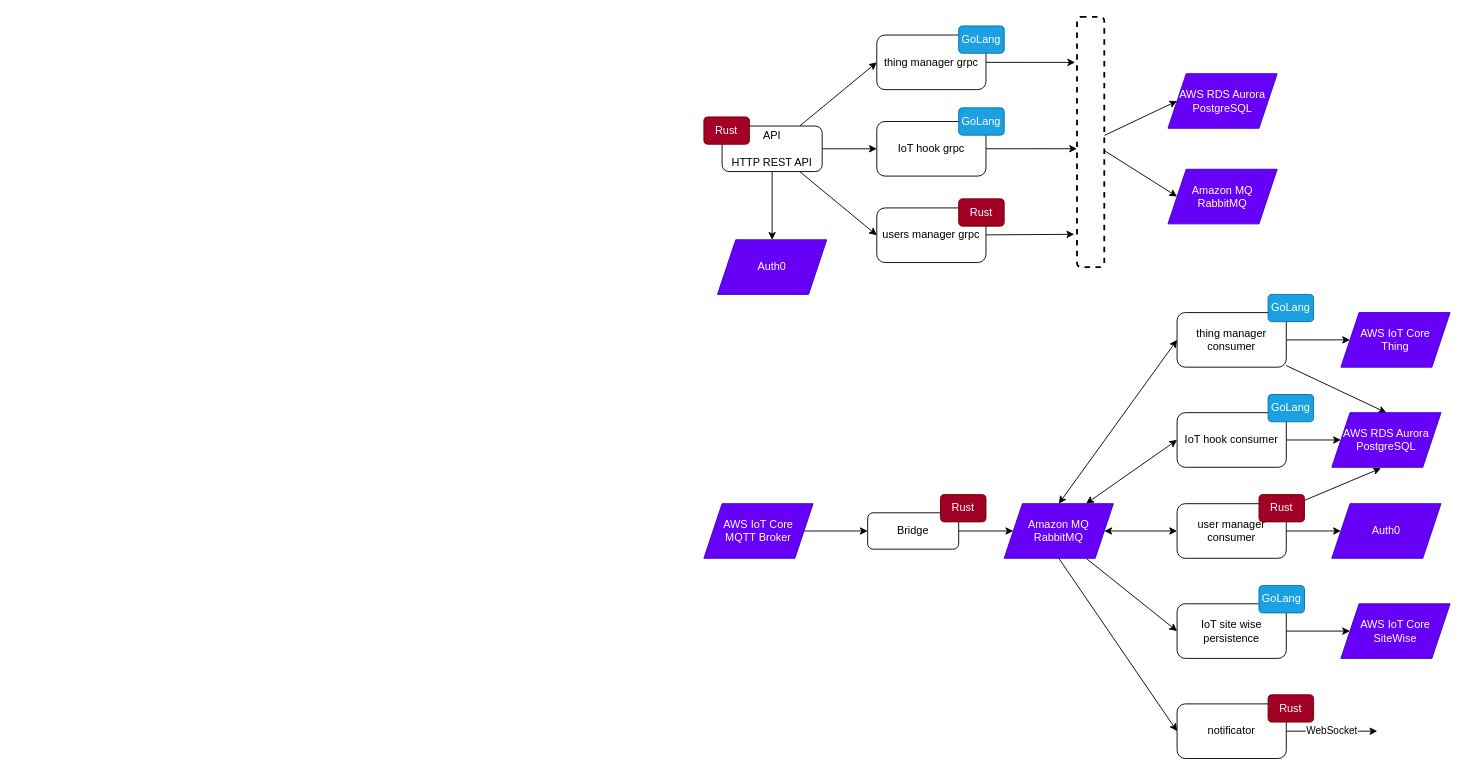
This is .docs/toi.drawio from tointernet/things.over.internet, a draw.io file, before an edit. Source tidied: cells renumbered, new cells numbered last; positions are measured from the earlier drawing's top-left corner, leaving out a move shared by most shapes. Both pictures are drawn from the tidied source at 91%, with x=0, y=0 at pixel (703, 16).
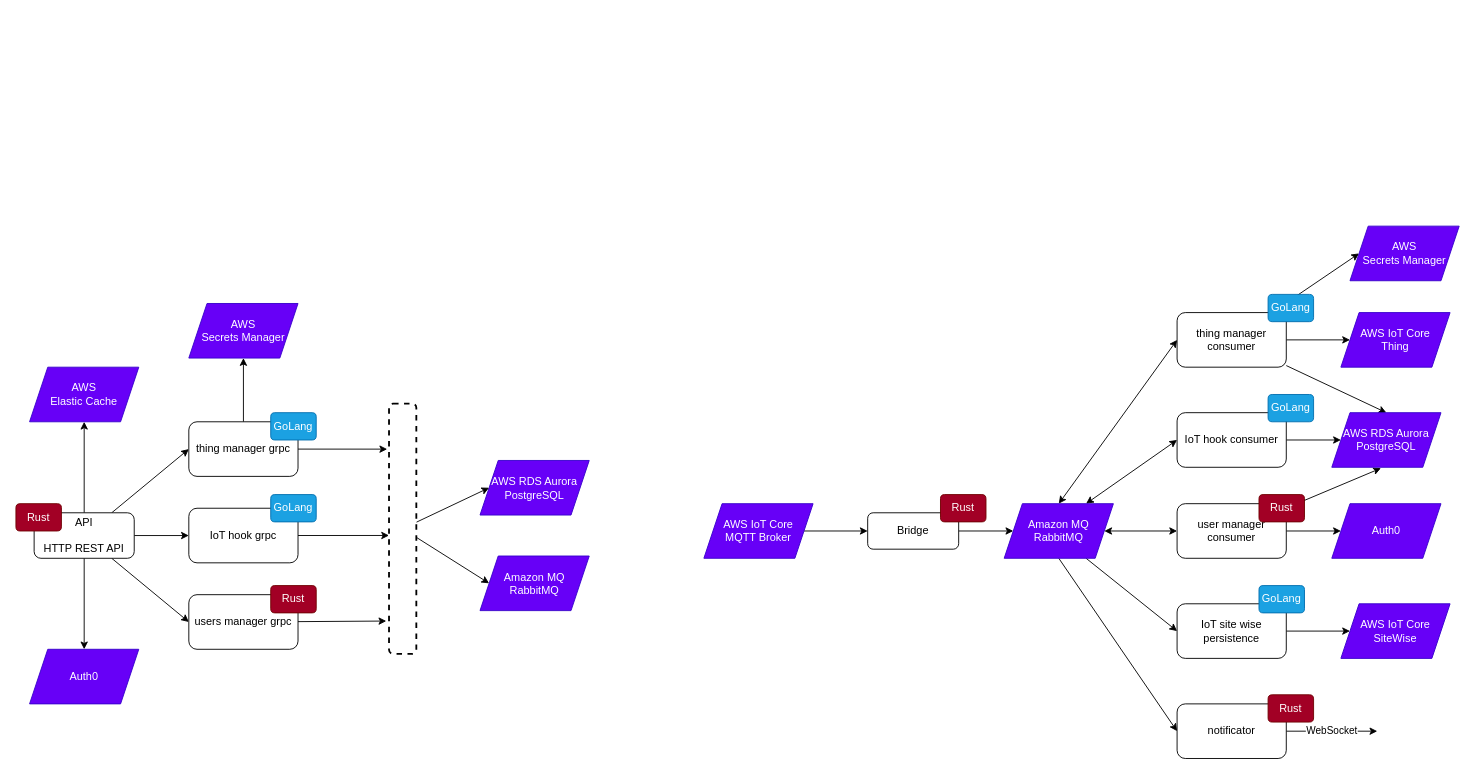
The same page after the edit.

The change refers to these unchanged cells:
```xml
<mxCell id="23" value="thing manager consumer" style="rounded=1;whiteSpace=wrap;html=1;" parent="1" vertex="1">
  <mxGeometry x="520" y="325" width="120" height="60" as="geometry" />
</mxCell>
```

What changed in the source:
```diff
@@
+    <mxCell id="55" style="edgeStyle=none;html=1;entryX=0.5;entryY=1;entryDx=0;entryDy=0;" parent="1" edge="1" source="6" target="58">
+      <mxGeometry relative="1" as="geometry" />
+    </mxCell>
     <mxCell id="6" value="API&lt;br&gt;&lt;br&gt;HTTP REST API" style="rounded=1;whiteSpace=wrap;html=1;" parent="1" vertex="1">
-      <mxGeometry x="20" y="120" width="110" height="50" as="geometry" />
+      <mxGeometry x="-736" y="545" width="110" height="50" as="geometry" />
     </mxCell>
@@
+    <mxCell id="56" style="edgeStyle=none;html=1;" parent="1" edge="1" source="16" target="59">
+      <mxGeometry relative="1" as="geometry" />
+    </mxCell>
     <mxCell id="16" value="thing manager grpc" style="rounded=1;whiteSpace=wrap;html=1;" parent="1" vertex="1">
-      <mxGeometry x="190" y="20" width="120" height="60" as="geometry" />
+      <mxGeometry x="-566" y="445" width="120" height="60" as="geometry" />
     </mxCell>
@@
     <mxCell id="18" value="IoT hook grpc" style="rounded=1;whiteSpace=wrap;html=1;" parent="1" vertex="1">
-      <mxGeometry x="190" y="115" width="120" height="60" as="geometry" />
+      <mxGeometry x="-566" y="540" width="120" height="60" as="geometry" />
     </mxCell>
@@
     <mxCell id="20" value="users manager grpc" style="rounded=1;whiteSpace=wrap;html=1;" parent="1" vertex="1">
-      <mxGeometry x="190" y="210" width="120" height="60" as="geometry" />
+      <mxGeometry x="-566" y="635" width="120" height="60" as="geometry" />
     </mxCell>
@@
+    <mxCell id="57" style="edgeStyle=none;html=1;entryX=0;entryY=0.5;entryDx=0;entryDy=0;" parent="1" edge="1" source="23" target="60">
+      <mxGeometry relative="1" as="geometry" />
+    </mxCell>
@@
     <mxCell id="33" value="GoLang" style="rounded=1;whiteSpace=wrap;html=1;fillColor=#1ba1e2;fontColor=#ffffff;strokeColor=#006EAF;" parent="1" vertex="1">
-      <mxGeometry x="280" y="10" width="50" height="30" as="geometry" />
+      <mxGeometry x="-476" y="435" width="50" height="30" as="geometry" />
     </mxCell>
     <mxCell id="34" value="GoLang" style="rounded=1;whiteSpace=wrap;html=1;fillColor=#1ba1e2;fontColor=#ffffff;strokeColor=#006EAF;" parent="1" vertex="1">
-      <mxGeometry x="280" y="100" width="50" height="30" as="geometry" />
+      <mxGeometry x="-476" y="525" width="50" height="30" as="geometry" />
     </mxCell>
     <mxCell id="35" value="Rust" style="rounded=1;whiteSpace=wrap;html=1;fillColor=#a20025;fontColor=#ffffff;strokeColor=#6F0000;" parent="1" vertex="1">
-      <mxGeometry x="280" y="200" width="50" height="30" as="geometry" />
+      <mxGeometry x="-476" y="625" width="50" height="30" as="geometry" />
     </mxCell>
     <mxCell id="36" value="Rust" style="rounded=1;whiteSpace=wrap;html=1;fillColor=#a20025;fontColor=#ffffff;strokeColor=#6F0000;" parent="1" vertex="1">
-      <mxGeometry y="110" width="50" height="30" as="geometry" />
+      <mxGeometry x="-756" y="535" width="50" height="30" as="geometry" />
     </mxCell>
@@
     <mxCell id="46" value="AWS RDS Aurora&lt;br&gt;PostgreSQL" style="shape=parallelogram;perimeter=parallelogramPerimeter;whiteSpace=wrap;html=1;fixedSize=1;fillColor=#6700F7;fontColor=#ffffff;strokeColor=#3700CC;" parent="1" vertex="1">
-      <mxGeometry x="510" y="62.5" width="120" height="60" as="geometry" />
+      <mxGeometry x="-246" y="487.5" width="120" height="60" as="geometry" />
     </mxCell>
@@
     <mxCell id="48" value="Amazon MQ&lt;br&gt;RabbitMQ" style="shape=parallelogram;perimeter=parallelogramPerimeter;whiteSpace=wrap;html=1;fixedSize=1;fillColor=#6700F7;fontColor=#ffffff;strokeColor=#3700CC;" parent="1" vertex="1">
-      <mxGeometry x="510" y="167.5" width="120" height="60" as="geometry" />
+      <mxGeometry x="-246" y="592.5" width="120" height="60" as="geometry" />
     </mxCell>
@@
     <mxCell id="51" style="rounded=1;whiteSpace=wrap;html=1;dashed=1;strokeWidth=2;" parent="1" vertex="1">
-      <mxGeometry x="410" width="30" height="275" as="geometry" />
+      <mxGeometry x="-346" y="425" width="30" height="275" as="geometry" />
     </mxCell>
@@
     <mxCell id="54" value="Auth0" style="shape=parallelogram;perimeter=parallelogramPerimeter;whiteSpace=wrap;html=1;fixedSize=1;fillColor=#6700F7;fontColor=#ffffff;strokeColor=#3700CC;" parent="1" vertex="1">
-      <mxGeometry x="15" y="245" width="120" height="60" as="geometry" />
+      <mxGeometry x="-741" y="695" width="120" height="60" as="geometry" />
     </mxCell>
+    <mxCell id="58" value="AWS &lt;br&gt;Elastic Cache" style="shape=parallelogram;perimeter=parallelogramPerimeter;whiteSpace=wrap;html=1;fixedSize=1;fillColor=#6700F7;fontColor=#ffffff;strokeColor=#3700CC;" parent="1" vertex="1">
+      <mxGeometry x="-741" y="385" width="120" height="60" as="geometry" />
+    </mxCell>
+    <mxCell id="59" value="AWS &lt;br&gt;Secrets Manager" style="shape=parallelogram;perimeter=parallelogramPerimeter;whiteSpace=wrap;html=1;fixedSize=1;fillColor=#6700F7;fontColor=#ffffff;strokeColor=#3700CC;" parent="1" vertex="1">
+      <mxGeometry x="-566" y="315" width="120" height="60" as="geometry" />
+    </mxCell>
+    <mxCell id="60" value="AWS &lt;br&gt;Secrets Manager" style="shape=parallelogram;perimeter=parallelogramPerimeter;whiteSpace=wrap;html=1;fixedSize=1;fillColor=#6700F7;fontColor=#ffffff;strokeColor=#3700CC;" parent="1" vertex="1">
+      <mxGeometry x="710" y="230" width="120" height="60" as="geometry" />
+    </mxCell>
```
